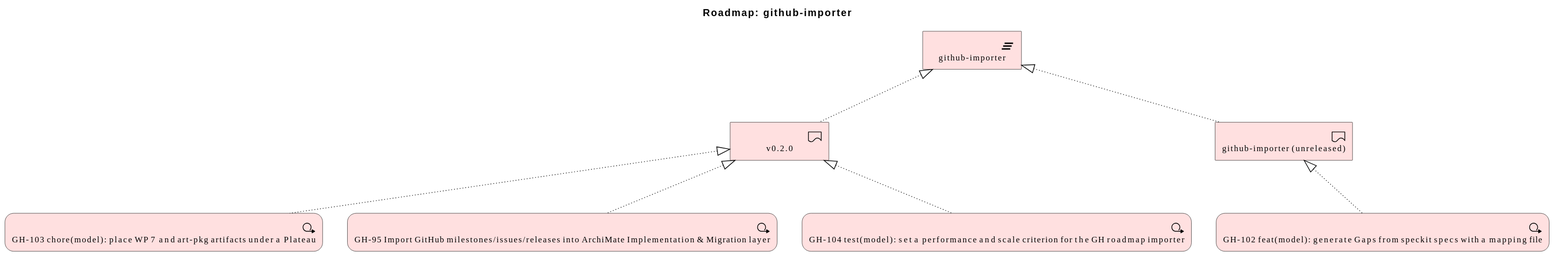
Before: architecture/model/diagrams/migration/plat-github-importer-11.svg, a diagram exported from PlantUML (wolffy-au/frictionless-architect).
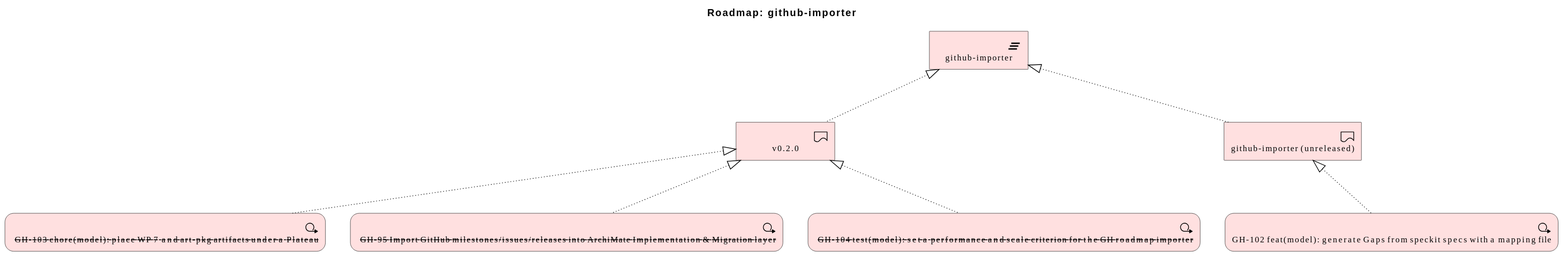
The same diagram one commit later.

The edit, as a diff of the source:
```diff
@@ -6,10 +6,10 @@
 Implementation_Deliverable(e_id61cffb00cfef51, "github-importer (unreleased)")
 Implementation_Deliverable(e_idd0d06b4c05ff55, "v0.2.0")
 Implementation_Plateau(e_id3f6523f8eb5a5a, "github-importer")
-Implementation_WorkPackage(e_id19df20e325705a, "GH-103 chore(model): place WP 7 and art-pkg artifacts under a Plateau")
+Implementation_WorkPackage(e_id19df20e325705a, " --GH-103 chore(model): place WP 7 and art-pkg artifacts under a Plateau--")
 Implementation_WorkPackage(e_id0d5fd9c46de652, "GH-102 feat(model): generate Gaps from speckit specs with a mapping file")
-Implementation_WorkPackage(e_ide9cad46822105d, "GH-95 Import GitHub milestones/issues/releases into ArchiMate Implementation & Migration layer")
-Implementation_WorkPackage(e_id86bfb9c548ad56, "GH-104 test(model): set a performance and scale criterion for the GH roadmap importer")
+Implementation_WorkPackage(e_ide9cad46822105d, " --GH-95 Import GitHub milestones/issues/releases into ArchiMate Implementation & Migration layer--")
+Implementation_WorkPackage(e_id86bfb9c548ad56, " --GH-104 test(model): set a performance and scale criterion for the GH roadmap importer--")
 
 Rel_Realization_Up(e_id61cffb00cfef51, e_id3f6523f8eb5a5a, "")
 Rel_Realization_Up(e_idd0d06b4c05ff55, e_id3f6523f8eb5a5a, "")
```
